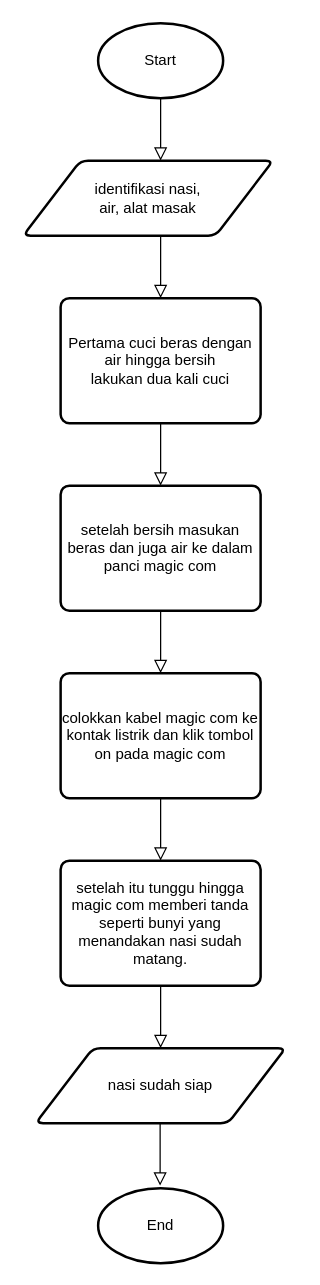
The draw.io diagram Untitled Diagram.drawio in RyanRamadhan11/drawio, before the edit. Source tidied: cells renumbered, new cells numbered last; positions are measured from the earlier drawing's top-left corner, leaving out a move shared by most shapes. Both pictures are drawn from the tidied source at 125%, with x=0, y=0 at pixel (22, 22).
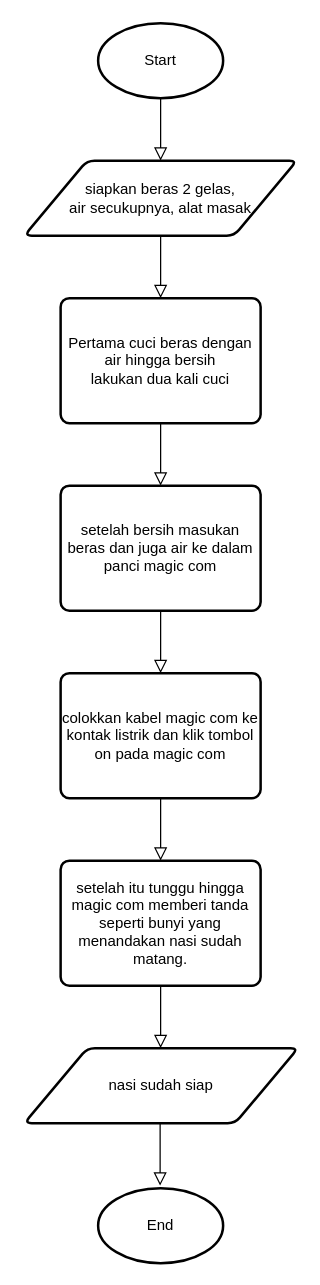
The same page after the edit.

What changed in the source:
```diff
@@
-    <mxCell id="3" value="identifikasi nasi,&lt;br&gt; air, alat masak " style="shape=parallelogram;html=1;strokeWidth=2;perimeter=parallelogramPerimeter;whiteSpace=wrap;rounded=1;arcSize=12;size=0.23;" parent="1" vertex="1">
-      <mxGeometry y="110" width="200" height="60" as="geometry" />
+    <mxCell id="3" value="siapkan beras 2 gelas,&lt;br&gt; air secukupnya, alat masak " style="shape=parallelogram;html=1;strokeWidth=2;perimeter=parallelogramPerimeter;whiteSpace=wrap;rounded=1;arcSize=12;size=0.23;" parent="1" vertex="1">
+      <mxGeometry x="1" y="110" width="218" height="60" as="geometry" />
     </mxCell>
@@
     <mxCell id="16" value="nasi sudah siap" style="shape=parallelogram;html=1;strokeWidth=2;perimeter=parallelogramPerimeter;whiteSpace=wrap;rounded=1;arcSize=12;size=0.23;" parent="1" vertex="1">
-      <mxGeometry x="10" y="820" width="200" height="60" as="geometry" />
+      <mxGeometry x="1" y="820" width="219" height="60" as="geometry" />
     </mxCell>
```
